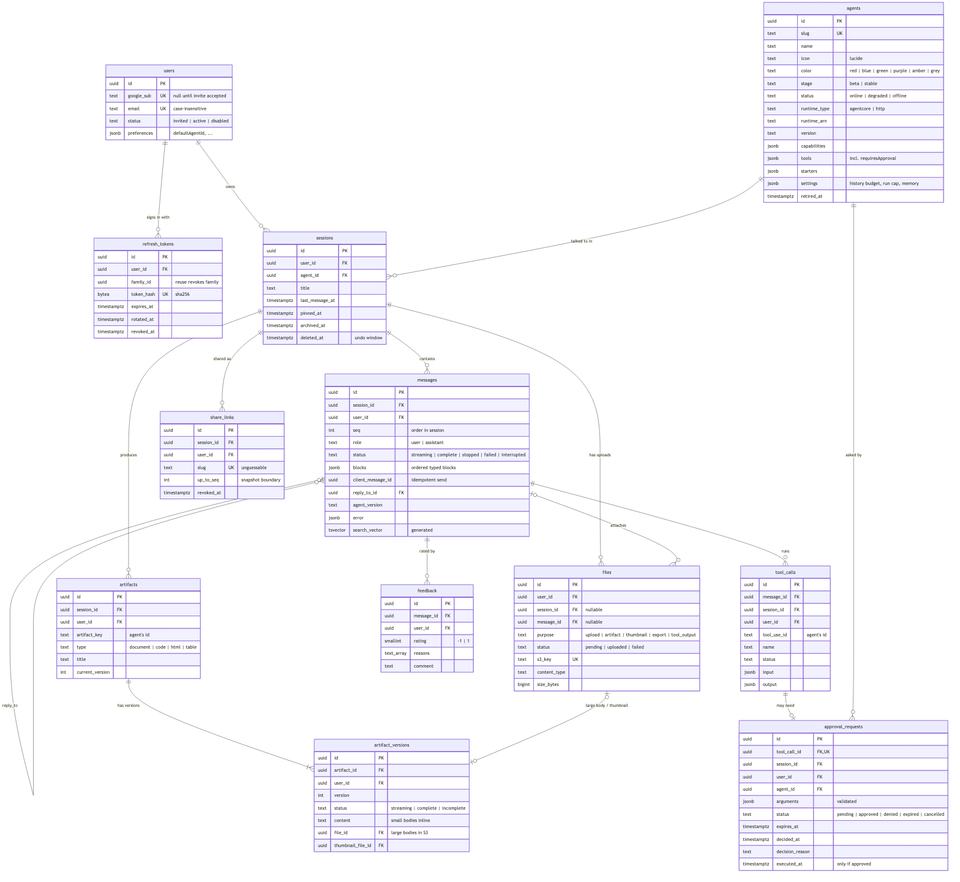
Earlier version of the Mermaid export docs/diagrams/er.png (IsraelBO17/agent_hub). Its source is kept beside it as docs/diagrams/er.mmd. Its diagram source:
```mermaid
erDiagram
  users ||--o{ refresh_tokens : "signs in with"
  users ||--o{ sessions : owns
  agents ||--o{ sessions : "talked to in"
  sessions ||--o{ messages : contains
  messages |o--o{ messages : "reply_to"
  sessions ||--o{ files : "has uploads"
  messages |o--o{ files : attaches
  messages ||--o{ tool_calls : runs
  tool_calls ||--o| approval_requests : "may need"
  agents ||--o{ approval_requests : "asked by"
  sessions ||--o{ artifacts : produces
  artifacts ||--|{ artifact_versions : "has versions"
  files |o--o| artifact_versions : "large body / thumbnail"
  messages ||--o{ feedback : "rated by"
  sessions ||--o{ share_links : "shared as"

  users {
    uuid id PK
    text google_sub UK "null until invite accepted"
    text email UK "case-insensitive"
    text status "invited | active | disabled"
    jsonb preferences "defaultAgentId, ..."
  }
  refresh_tokens {
    uuid id PK
    uuid user_id FK
    uuid family_id "reuse revokes family"
    bytea token_hash UK "sha256"
    timestamptz expires_at
    timestamptz rotated_at
    timestamptz revoked_at
  }
  agents {
    uuid id PK
    text slug UK
    text name
    text icon "lucide"
    text color "red | blue | green | purple | amber | grey"
    text stage "beta | stable"
    text status "online | degraded | offline"
    text runtime_type "agentcore | http"
    text runtime_arn
    text version
    jsonb capabilities
    jsonb tools "incl. requiresApproval"
    jsonb starters
    jsonb settings "history budget, run cap, memory"
    timestamptz retired_at
  }
  sessions {
    uuid id PK
    uuid user_id FK
    uuid agent_id FK
    text title
    timestamptz last_message_at
    timestamptz pinned_at
    timestamptz archived_at
    timestamptz deleted_at "undo window"
  }
  messages {
    uuid id PK
    uuid session_id FK
    uuid user_id FK
    int seq "order in session"
    text role "user | assistant"
    text status "streaming | complete | stopped | failed | interrupted"
    jsonb blocks "ordered typed blocks"
    uuid client_message_id "idempotent send"
    uuid reply_to_id FK
    text agent_version
    jsonb error
    tsvector search_vector "generated"
  }
  files {
    uuid id PK
    uuid user_id FK
    uuid session_id FK "nullable"
    uuid message_id FK "nullable"
    text purpose "upload | artifact | thumbnail | export | tool_output"
    text status "pending | uploaded | failed"
    text s3_key UK
    text content_type
    bigint size_bytes
  }
  tool_calls {
    uuid id PK
    uuid message_id FK
    uuid session_id FK
    uuid user_id FK
    text tool_use_id "agent's id"
    text name
    text status
    jsonb input
    jsonb output
  }
  approval_requests {
    uuid id PK
    uuid tool_call_id FK,UK
    uuid session_id FK
    uuid user_id FK
    uuid agent_id FK
    jsonb arguments "validated"
    text status "pending | approved | denied | expired | cancelled"
    timestamptz expires_at
    timestamptz decided_at
    text decision_reason
    timestamptz executed_at "only if approved"
  }
  artifacts {
    uuid id PK
    uuid session_id FK
    uuid user_id FK
    text artifact_key "agent's id"
    text type "document | code | html | table"
    text title
    int current_version
  }
  artifact_versions {
    uuid id PK
    uuid artifact_id FK
    uuid user_id FK
    int version
    text status "streaming | complete | incomplete"
    text content "small bodies inline"
    uuid file_id FK "large bodies in S3"
    uuid thumbnail_file_id FK
  }
  feedback {
    uuid id PK
    uuid message_id FK
    uuid user_id FK
    smallint rating "-1 | 1"
    text_array reasons
    text comment
  }
  share_links {
    uuid id PK
    uuid session_id FK
    uuid user_id FK
    text slug UK "unguessable"
    int up_to_seq "snapshot boundary"
    timestamptz revoked_at
  }
```
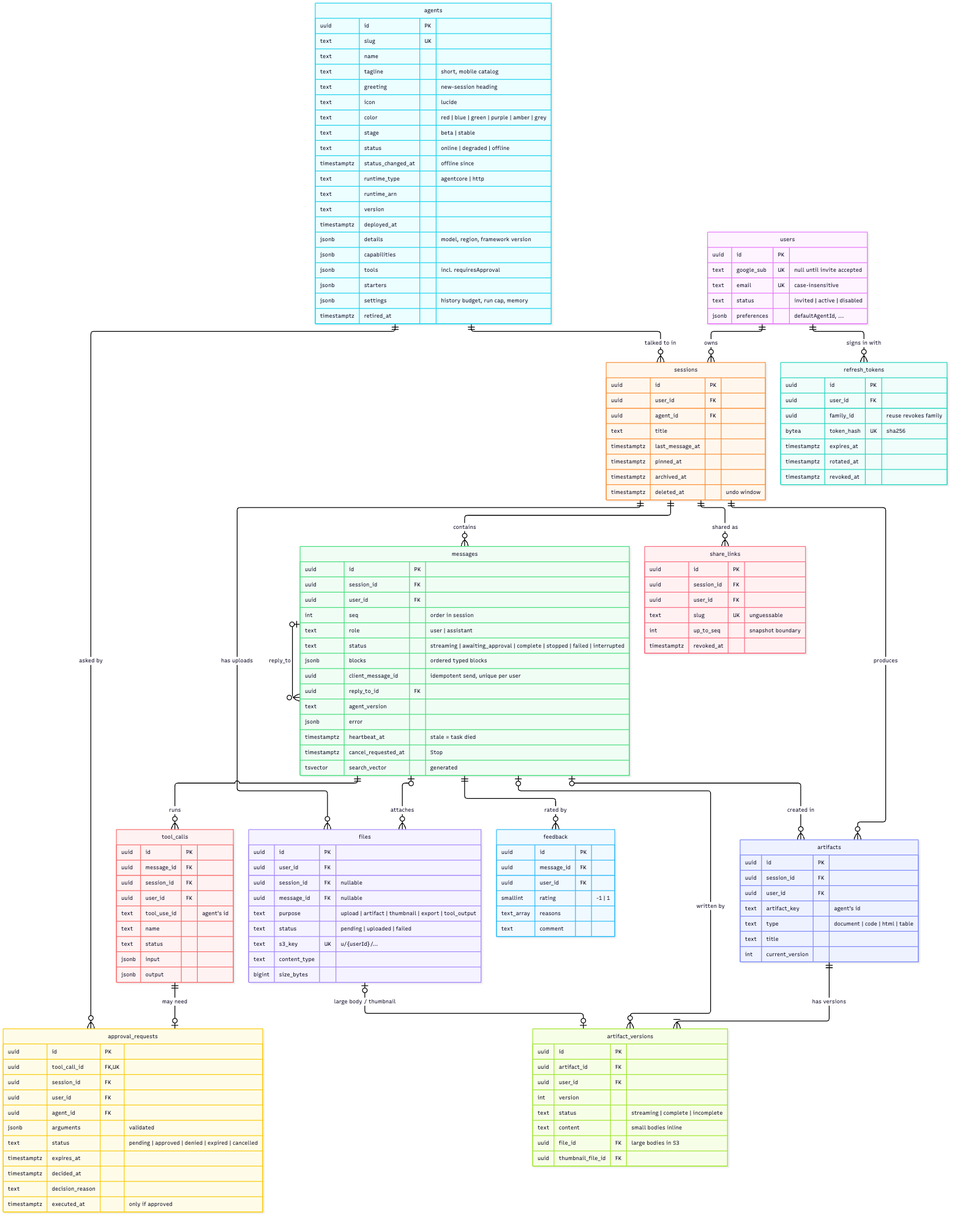
The same diagram one commit later.

Change to the diagram source:
```diff
@@ -10,6 +10,8 @@
   tool_calls ||--o| approval_requests : "may need"
   agents ||--o{ approval_requests : "asked by"
   sessions ||--o{ artifacts : produces
+  messages |o--o{ artifacts : "created in"
+  messages |o--o{ artifact_versions : "written by"
   artifacts ||--|{ artifact_versions : "has versions"
   files |o--o| artifact_versions : "large body / thumbnail"
   messages ||--o{ feedback : "rated by"
@@ -35,13 +37,18 @@
     uuid id PK
     text slug UK
     text name
+    text tagline "short, mobile catalog"
+    text greeting "new-session heading"
     text icon "lucide"
     text color "red | blue | green | purple | amber | grey"
     text stage "beta | stable"
     text status "online | degraded | offline"
+    timestamptz status_changed_at "offline since"
     text runtime_type "agentcore | http"
     text runtime_arn
     text version
+    timestamptz deployed_at
+    jsonb details "model, region, framework version"
     jsonb capabilities
     jsonb tools "incl. requiresApproval"
     jsonb starters
@@ -64,12 +71,14 @@
     uuid user_id FK
     int seq "order in session"
     text role "user | assistant"
-    text status "streaming | complete | stopped | failed | interrupted"
+    text status "streaming | awaiting_approval | complete | stopped | failed | interrupted"
     jsonb blocks "ordered typed blocks"
-    uuid client_message_id "idempotent send"
+    uuid client_message_id "idempotent send, unique per user"
     uuid reply_to_id FK
     text agent_version
     jsonb error
+    timestamptz heartbeat_at "stale = task died"
+    timestamptz cancel_requested_at "Stop"
     tsvector search_vector "generated"
   }
   files {
@@ -79,7 +88,7 @@
     uuid message_id FK "nullable"
     text purpose "upload | artifact | thumbnail | export | tool_output"
     text status "pending | uploaded | failed"
-    text s3_key UK
+    text s3_key UK "u/{userId}/..."
     text content_type
     bigint size_bytes
   }
```
